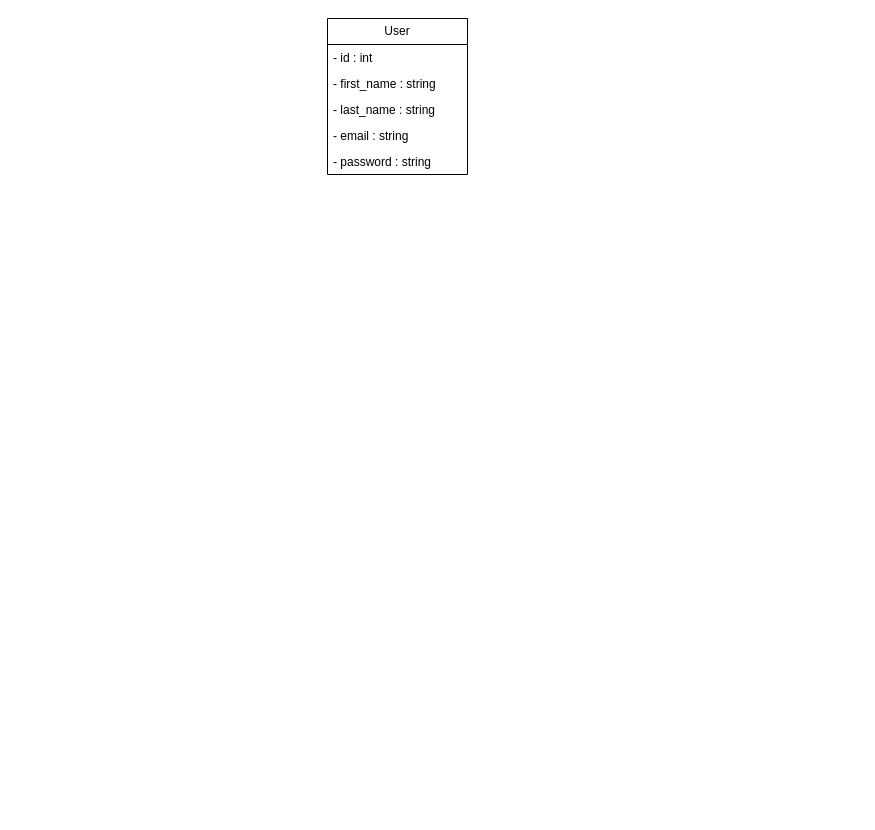
The draw.io diagram UML/diagrameduclass.drawio in reda-guemry/MAINTORA, before the edit. Source tidied: cells renumbered, new cells numbered last; positions are measured from the earlier drawing's top-left corner, leaving out a move shared by most shapes. Both pictures are drawn from the tidied source at 100%, with x=0, y=0 at pixel (327, 18).
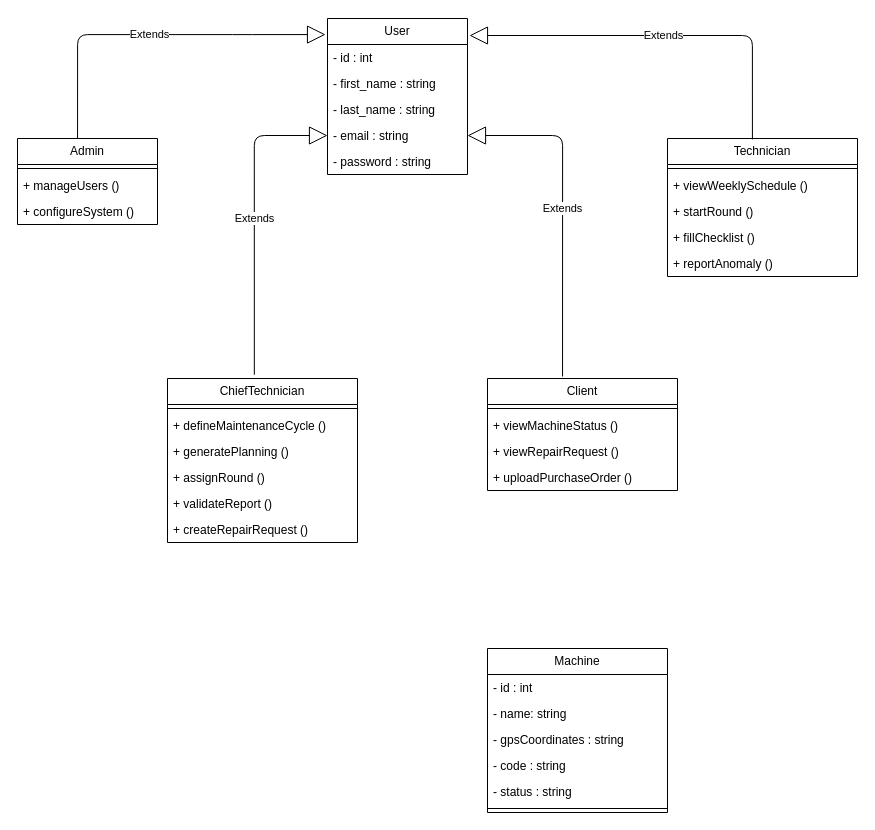
After the change.

Commit message:
add the class of machine and class eriter from user

Unchanged cells that the change refers to:
```xml
<mxCell id="2" value="User" style="swimlane;fontStyle=0;horizontal=1;startSize=26;fillColor=none;whiteSpace=wrap;html=1;" parent="1" vertex="1">
  <mxGeometry width="140" height="156" as="geometry" />
</mxCell>
<mxCell id="6" value="-&amp;nbsp;email : string" style="text;strokeColor=none;fillColor=none;align=left;verticalAlign=top;spacingLeft=4;spacingRight=4;overflow=hidden;points=[[0,0.5],[1,0.5]];portConstraint=eastwest;whiteSpace=wrap;html=1;" parent="2" vertex="1">
  <mxGeometry y="104" width="140" height="26" as="geometry" />
</mxCell>
```

What changed in the source:
```diff
@@
+    <mxCell id="8" value="Extends" style="endArrow=block;endSize=16;endFill=0;html=1;entryX=-0.014;entryY=0.103;entryDx=0;entryDy=0;entryPerimeter=0;exitX=0.429;exitY=0;exitDx=0;exitDy=0;exitPerimeter=0;edgeStyle=orthogonalEdgeStyle;" parent="1" edge="1" source="9" target="2">
+      <mxGeometry relative="1" as="geometry" />
+    </mxCell>
+    <mxCell id="9" value="&lt;div&gt;Admin&lt;/div&gt;" style="swimlane;fontStyle=0;horizontal=1;startSize=26;fillColor=none;whiteSpace=wrap;html=1;" parent="1" vertex="1">
+      <mxGeometry x="-310" y="120" width="140" height="86" as="geometry" />
+    </mxCell>
+    <mxCell id="10" style="line;strokeWidth=1;fillColor=none;align=left;verticalAlign=middle;spacingTop=-1;spacingLeft=3;spacingRight=3;labelPosition=right;strokeColor=inherit;" parent="9" vertex="1">
+      <mxGeometry y="26" width="140" height="8" as="geometry" />
+    </mxCell>
+    <mxCell id="11" value="+ manageUsers ()" style="text;strokeColor=none;fillColor=none;align=left;verticalAlign=top;spacingLeft=4;spacingRight=4;overflow=hidden;whiteSpace=wrap;html=1;" parent="9" vertex="1">
+      <mxGeometry y="34" width="140" height="26" as="geometry" />
+    </mxCell>
+    <mxCell id="12" value="+&amp;nbsp;configureSystem ()" style="text;strokeColor=none;fillColor=none;align=left;verticalAlign=top;spacingLeft=4;spacingRight=4;overflow=hidden;whiteSpace=wrap;html=1;" parent="9" vertex="1">
+      <mxGeometry y="60" width="140" height="26" as="geometry" />
+    </mxCell>
+    <mxCell id="13" value="ChiefTechnician" style="swimlane;fontStyle=0;horizontal=1;startSize=26;fillColor=none;whiteSpace=wrap;html=1;" parent="1" vertex="1">
+      <mxGeometry x="-160" y="360" width="190" height="164" as="geometry" />
+    </mxCell>
+    <mxCell id="14" style="line;strokeWidth=1;fillColor=none;align=left;verticalAlign=middle;spacingTop=-1;spacingLeft=3;spacingRight=3;labelPosition=right;strokeColor=inherit;" parent="13" vertex="1">
+      <mxGeometry y="26" width="190" height="8" as="geometry" />
+    </mxCell>
+    <mxCell id="15" value="+&amp;nbsp;defineMaintenanceCycle ()" style="text;strokeColor=none;fillColor=none;align=left;verticalAlign=top;spacingLeft=4;spacingRight=4;overflow=hidden;whiteSpace=wrap;html=1;" parent="13" vertex="1">
+      <mxGeometry y="34" width="190" height="26" as="geometry" />
+    </mxCell>
+    <mxCell id="16" value="+&amp;nbsp;generatePlanning ()" style="text;strokeColor=none;fillColor=none;align=left;verticalAlign=top;spacingLeft=4;spacingRight=4;overflow=hidden;whiteSpace=wrap;html=1;" parent="13" vertex="1">
+      <mxGeometry y="60" width="190" height="26" as="geometry" />
+    </mxCell>
+    <mxCell id="17" value="+&amp;nbsp;assignRound ()" style="text;strokeColor=none;fillColor=none;align=left;verticalAlign=top;spacingLeft=4;spacingRight=4;overflow=hidden;whiteSpace=wrap;html=1;" parent="13" vertex="1">
+      <mxGeometry y="86" width="190" height="26" as="geometry" />
+    </mxCell>
+    <mxCell id="18" value="+&amp;nbsp;validateReport ()" style="text;strokeColor=none;fillColor=none;align=left;verticalAlign=top;spacingLeft=4;spacingRight=4;overflow=hidden;whiteSpace=wrap;html=1;" parent="13" vertex="1">
+      <mxGeometry y="112" width="190" height="26" as="geometry" />
+    </mxCell>
+    <mxCell id="19" value="+&amp;nbsp;createRepairRequest ()" style="text;strokeColor=none;fillColor=none;align=left;verticalAlign=top;spacingLeft=4;spacingRight=4;overflow=hidden;whiteSpace=wrap;html=1;" parent="13" vertex="1">
+      <mxGeometry y="138" width="190" height="26" as="geometry" />
+    </mxCell>
+    <mxCell id="20" value="Extends" style="endArrow=block;endSize=16;endFill=0;html=1;entryX=0;entryY=0.5;entryDx=0;entryDy=0;exitX=0.457;exitY=-0.023;exitDx=0;exitDy=0;exitPerimeter=0;edgeStyle=orthogonalEdgeStyle;" parent="1" edge="1" source="13" target="6">
+      <mxGeometry relative="1" as="geometry" />
+    </mxCell>
+    <mxCell id="21" value="Technician" style="swimlane;fontStyle=0;horizontal=1;startSize=26;fillColor=none;whiteSpace=wrap;html=1;" parent="1" vertex="1">
+      <mxGeometry x="340" y="120" width="190" height="138" as="geometry" />
+    </mxCell>
+    <mxCell id="22" style="line;strokeWidth=1;fillColor=none;align=left;verticalAlign=middle;spacingTop=-1;spacingLeft=3;spacingRight=3;labelPosition=right;strokeColor=inherit;" parent="21" vertex="1">
+      <mxGeometry y="26" width="190" height="8" as="geometry" />
+    </mxCell>
+    <mxCell id="23" value="+&amp;nbsp;viewWeeklySchedule ()" style="text;strokeColor=none;fillColor=none;align=left;verticalAlign=top;spacingLeft=4;spacingRight=4;overflow=hidden;whiteSpace=wrap;html=1;" parent="21" vertex="1">
+      <mxGeometry y="34" width="190" height="26" as="geometry" />
+    </mxCell>
+    <mxCell id="24" value="+&amp;nbsp;startRound ()" style="text;strokeColor=none;fillColor=none;align=left;verticalAlign=top;spacingLeft=4;spacingRight=4;overflow=hidden;whiteSpace=wrap;html=1;" parent="21" vertex="1">
+      <mxGeometry y="60" width="190" height="26" as="geometry" />
+    </mxCell>
+    <mxCell id="25" value="+&amp;nbsp;fillChecklist ()" style="text;strokeColor=none;fillColor=none;align=left;verticalAlign=top;spacingLeft=4;spacingRight=4;overflow=hidden;whiteSpace=wrap;html=1;" parent="21" vertex="1">
+      <mxGeometry y="86" width="190" height="26" as="geometry" />
+    </mxCell>
+    <mxCell id="26" value="+&amp;nbsp;reportAnomaly ()" style="text;strokeColor=none;fillColor=none;align=left;verticalAlign=top;spacingLeft=4;spacingRight=4;overflow=hidden;whiteSpace=wrap;html=1;" parent="21" vertex="1">
+      <mxGeometry y="112" width="190" height="26" as="geometry" />
+    </mxCell>
+    <mxCell id="27" value="Extends" style="endArrow=block;endSize=16;endFill=0;html=1;edgeStyle=orthogonalEdgeStyle;entryX=1.014;entryY=0.109;entryDx=0;entryDy=0;entryPerimeter=0;exitX=0.447;exitY=0.006;exitDx=0;exitDy=0;exitPerimeter=0;" parent="1" edge="1" source="21" target="2">
+      <mxGeometry relative="1" as="geometry">
+        <Array as="points">
+          <mxPoint x="425" y="17" />
+        </Array>
+      </mxGeometry>
+    </mxCell>
+    <mxCell id="28" value="Client" style="swimlane;fontStyle=0;horizontal=1;startSize=26;fillColor=none;whiteSpace=wrap;html=1;" parent="1" vertex="1">
+      <mxGeometry x="160" y="360" width="190" height="112" as="geometry" />
+    </mxCell>
+    <mxCell id="29" style="line;strokeWidth=1;fillColor=none;align=left;verticalAlign=middle;spacingTop=-1;spacingLeft=3;spacingRight=3;labelPosition=right;strokeColor=inherit;" parent="28" vertex="1">
+      <mxGeometry y="26" width="190" height="8" as="geometry" />
+    </mxCell>
+    <mxCell id="30" value="+&amp;nbsp;viewMachineStatus ()" style="text;strokeColor=none;fillColor=none;align=left;verticalAlign=top;spacingLeft=4;spacingRight=4;overflow=hidden;whiteSpace=wrap;html=1;" parent="28" vertex="1">
+      <mxGeometry y="34" width="190" height="26" as="geometry" />
+    </mxCell>
+    <mxCell id="31" value="+&amp;nbsp;viewRepairRequest ()" style="text;strokeColor=none;fillColor=none;align=left;verticalAlign=top;spacingLeft=4;spacingRight=4;overflow=hidden;whiteSpace=wrap;html=1;" parent="28" vertex="1">
+      <mxGeometry y="60" width="190" height="26" as="geometry" />
+    </mxCell>
+    <mxCell id="32" value="+&amp;nbsp;uploadPurchaseOrder ()" style="text;strokeColor=none;fillColor=none;align=left;verticalAlign=top;spacingLeft=4;spacingRight=4;overflow=hidden;whiteSpace=wrap;html=1;" parent="28" vertex="1">
+      <mxGeometry y="86" width="190" height="26" as="geometry" />
+    </mxCell>
+    <mxCell id="33" value="Extends" style="endArrow=block;endSize=16;endFill=0;html=1;entryX=1;entryY=0.5;entryDx=0;entryDy=0;exitX=0.395;exitY=-0.018;exitDx=0;exitDy=0;exitPerimeter=0;edgeStyle=orthogonalEdgeStyle;" parent="1" edge="1" source="28" target="6">
+      <mxGeometry relative="1" as="geometry" />
+    </mxCell>
+    <mxCell id="34" value="Machine" style="swimlane;fontStyle=0;horizontal=1;startSize=26;fillColor=none;whiteSpace=wrap;html=1;" parent="1" vertex="1">
+      <mxGeometry x="160" y="630" width="180" height="164" as="geometry" />
+    </mxCell>
+    <mxCell id="35" value="- id : int&amp;nbsp;" style="text;strokeColor=none;fillColor=none;align=left;verticalAlign=top;spacingLeft=4;spacingRight=4;overflow=hidden;whiteSpace=wrap;html=1;" parent="34" vertex="1">
+      <mxGeometry y="26" width="180" height="26" as="geometry" />
+    </mxCell>
+    <mxCell id="36" value="- name: string" style="text;strokeColor=none;fillColor=none;align=left;verticalAlign=top;spacingLeft=4;spacingRight=4;overflow=hidden;whiteSpace=wrap;html=1;" parent="34" vertex="1">
+      <mxGeometry y="52" width="180" height="26" as="geometry" />
+    </mxCell>
+    <mxCell id="37" value="-&amp;nbsp;gpsCoordinates : string" style="text;strokeColor=none;fillColor=none;align=left;verticalAlign=top;spacingLeft=4;spacingRight=4;overflow=hidden;whiteSpace=wrap;html=1;" parent="34" vertex="1">
+      <mxGeometry y="78" width="180" height="26" as="geometry" />
+    </mxCell>
+    <mxCell id="38" value="-&amp;nbsp;code : string" style="text;strokeColor=none;fillColor=none;align=left;verticalAlign=top;spacingLeft=4;spacingRight=4;overflow=hidden;whiteSpace=wrap;html=1;" parent="34" vertex="1">
+      <mxGeometry y="104" width="180" height="26" as="geometry" />
+    </mxCell>
+    <mxCell id="39" value="- status : string" style="text;strokeColor=none;fillColor=none;align=left;verticalAlign=top;spacingLeft=4;spacingRight=4;overflow=hidden;whiteSpace=wrap;html=1;" parent="34" vertex="1">
+      <mxGeometry y="130" width="180" height="26" as="geometry" />
+    </mxCell>
+    <mxCell id="40" style="line;strokeWidth=1;fillColor=none;align=left;verticalAlign=middle;spacingTop=-1;spacingLeft=3;spacingRight=3;labelPosition=right;strokeColor=inherit;" parent="34" vertex="1">
+      <mxGeometry y="156" width="180" height="8" as="geometry" />
+    </mxCell>
```
